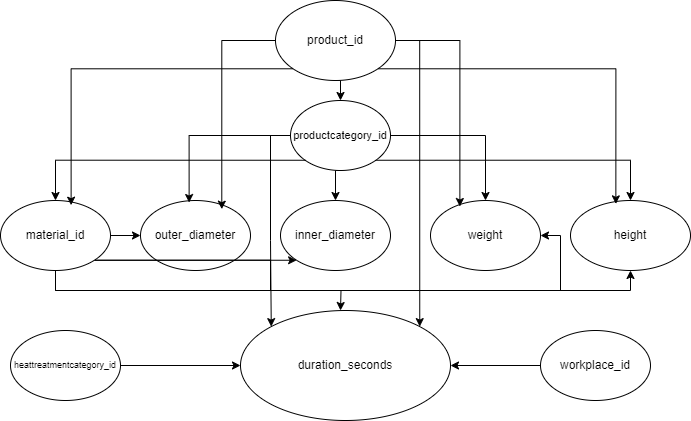
This is causal_graphs/duration_causal_graph.drawio.png from MJ-2004/Thesis-2025, a draw.io export, as it was before one commit. Source tidied: cells renumbered, new cells last; positions are measured from the earlier drawing's top-left corner, leaving out a move shared by most shapes.
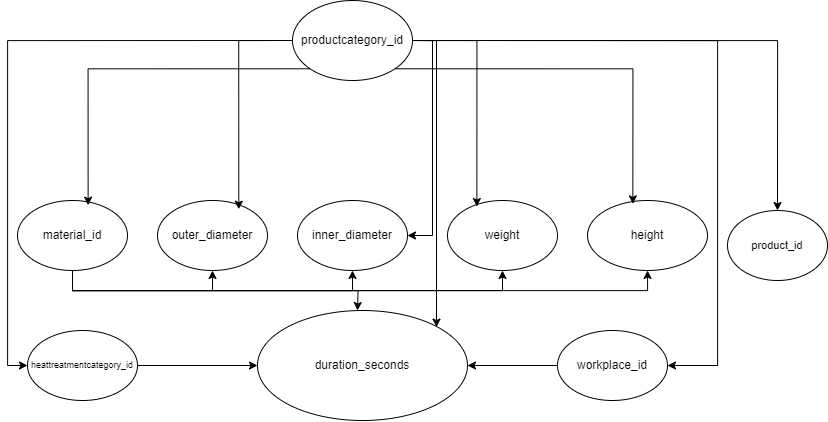
The same diagram one commit later.

Commit message:
causal graphs modified

Change to the diagram source:
```diff
@@ -14,73 +14,69 @@
     <mxCell id="5" value="outer_diameter" style="ellipse;whiteSpace=wrap;html=1;" parent="1" vertex="1">
       <mxGeometry x="140" y="200" width="110" height="70" as="geometry" />
     </mxCell>
+    <mxCell id="8" style="edgeStyle=orthogonalEdgeStyle;rounded=0;jettySize=auto;html=1;exitX=0.5;exitY=1;exitDx=0;exitDy=0;entryX=0.5;entryY=1;entryDx=0;entryDy=0;" parent="1" edge="1" source="11" target="2">
+      <mxGeometry relative="1" as="geometry" />
+    </mxCell>
+    <mxCell id="31" style="edgeStyle=orthogonalEdgeStyle;rounded=0;jettySize=auto;html=1;exitX=0.5;exitY=1;exitDx=0;exitDy=0;" parent="1" edge="1" source="11">
+      <mxGeometry relative="1" as="geometry">
+        <mxPoint x="340" y="310" as="targetPoint" />
+      </mxGeometry>
+    </mxCell>
-    <mxCell id="6" style="edgeStyle=orthogonalEdgeStyle;rounded=0;jettySize=auto;html=1;exitX=1;exitY=0.5;exitDx=0;exitDy=0;entryX=0;entryY=0.5;entryDx=0;entryDy=0;" parent="1" edge="1" source="11" target="5">
+    <mxCell id="6" style="edgeStyle=orthogonalEdgeStyle;rounded=0;jettySize=auto;html=1;exitX=0.5;exitY=1;exitDx=0;exitDy=0;entryX=0.5;entryY=1;entryDx=0;entryDy=0;" parent="1" edge="1" source="11" target="5">
       <mxGeometry relative="1" as="geometry" />
     </mxCell>
-    <mxCell id="7" style="edgeStyle=orthogonalEdgeStyle;rounded=0;jettySize=auto;html=1;exitX=1;exitY=1;exitDx=0;exitDy=0;entryX=0;entryY=1;entryDx=0;entryDy=0;" parent="1" edge="1" source="11" target="4">
+    <mxCell id="7" style="edgeStyle=orthogonalEdgeStyle;rounded=0;jettySize=auto;html=1;exitX=0.5;exitY=1;exitDx=0;exitDy=0;entryX=0.5;entryY=1;entryDx=0;entryDy=0;" parent="1" edge="1" source="11" target="4">
       <mxGeometry relative="1" as="geometry" />
     </mxCell>
-    <mxCell id="8" style="edgeStyle=orthogonalEdgeStyle;rounded=0;jettySize=auto;html=1;exitX=0.5;exitY=1;exitDx=0;exitDy=0;entryX=0.5;entryY=1;entryDx=0;entryDy=0;" parent="1" edge="1" source="11" target="2">
-      <mxGeometry relative="1" as="geometry" />
-    </mxCell>
-    <mxCell id="9" style="edgeStyle=orthogonalEdgeStyle;rounded=0;jettySize=auto;html=1;exitX=0;exitY=1;exitDx=0;exitDy=0;entryX=1;entryY=0.5;entryDx=0;entryDy=0;" parent="1" edge="1" source="11" target="3">
+    <mxCell id="9" style="edgeStyle=orthogonalEdgeStyle;rounded=0;jettySize=auto;html=1;exitX=0.5;exitY=1;exitDx=0;exitDy=0;entryX=0.5;entryY=1;entryDx=0;entryDy=0;" parent="1" edge="1" source="11" target="3">
       <mxGeometry relative="1" as="geometry" />
     </mxCell>
-    <mxCell id="10" style="edgeStyle=orthogonalEdgeStyle;rounded=0;jettySize=auto;html=1;exitX=0.5;exitY=1;exitDx=0;exitDy=0;" parent="1" edge="1" source="11">
-      <mxGeometry relative="1" as="geometry">
-        <mxPoint x="340" y="310" as="targetPoint" />
-      </mxGeometry>
-    </mxCell>
     <mxCell id="11" value="material_id" style="ellipse;whiteSpace=wrap;html=1;" parent="1" vertex="1">
       <mxGeometry y="200" width="110" height="70" as="geometry" />
     </mxCell>
+    <mxCell id="18" value="product_id" style="ellipse;whiteSpace=wrap;html=1;fontSize=11;" parent="1" vertex="1">
+      <mxGeometry x="710" y="210" width="100" height="70" as="geometry" />
+    </mxCell>
+    <mxCell id="32" style="edgeStyle=orthogonalEdgeStyle;rounded=0;jettySize=auto;html=1;exitX=0.908;exitY=0.2;exitDx=0;exitDy=0;entryX=1;entryY=0;entryDx=0;entryDy=0;exitPerimeter=0;" parent="1" edge="1" target="30">
+      <mxGeometry relative="1" as="geometry">
+        <mxPoint x="395" y="40" as="sourcePoint" />
+        <Array as="points">
+          <mxPoint x="419" y="40" />
+        </Array>
+      </mxGeometry>
+    </mxCell>
-    <mxCell id="12" style="edgeStyle=orthogonalEdgeStyle;rounded=0;jettySize=auto;html=1;exitX=0.5;exitY=1;exitDx=0;exitDy=0;entryX=0.5;entryY=0;entryDx=0;entryDy=0;" parent="1" edge="1" source="15" target="4">
+    <mxCell id="12" style="edgeStyle=orthogonalEdgeStyle;rounded=0;jettySize=auto;html=1;exitX=1;exitY=0.5;exitDx=0;exitDy=0;entryX=1;entryY=0.5;entryDx=0;entryDy=0;" parent="1" edge="1" source="15" target="4">
       <mxGeometry relative="1" as="geometry" />
     </mxCell>
+    <mxCell id="33" style="edgeStyle=orthogonalEdgeStyle;rounded=0;jettySize=auto;html=1;exitX=0;exitY=0.5;exitDx=0;exitDy=0;entryX=0;entryY=0.5;entryDx=0;entryDy=0;" parent="1" edge="1" source="15" target="27">
+      <mxGeometry relative="1" as="geometry" />
+    </mxCell>
+    <mxCell id="34" style="edgeStyle=orthogonalEdgeStyle;rounded=0;jettySize=auto;html=1;exitX=1;exitY=0.5;exitDx=0;exitDy=0;entryX=1;entryY=0.5;entryDx=0;entryDy=0;" parent="1" edge="1" source="15" target="29">
+      <mxGeometry relative="1" as="geometry">
+        <Array as="points">
+          <mxPoint x="700" y="40" />
+          <mxPoint x="700" y="365" />
+        </Array>
+      </mxGeometry>
+    </mxCell>
+    <mxCell id="35" style="edgeStyle=orthogonalEdgeStyle;rounded=0;jettySize=auto;html=1;exitX=1;exitY=0.5;exitDx=0;exitDy=0;entryX=0.5;entryY=0;entryDx=0;entryDy=0;" parent="1" edge="1" source="15" target="18">
+      <mxGeometry relative="1" as="geometry" />
+    </mxCell>
+    <mxCell id="15" value="productcategory_id" style="ellipse;whiteSpace=wrap;html=1;" parent="1" vertex="1">
+      <mxGeometry x="275" width="120" height="80" as="geometry" />
+    </mxCell>
+    <mxCell id="20" style="edgeStyle=orthogonalEdgeStyle;rounded=0;jettySize=auto;html=1;exitX=0;exitY=0.5;exitDx=0;exitDy=0;entryX=0.739;entryY=0.124;entryDx=0;entryDy=0;entryPerimeter=0;" parent="1" edge="1" source="15" target="5">
+      <mxGeometry relative="1" as="geometry" />
+    </mxCell>
+    <mxCell id="19" style="edgeStyle=orthogonalEdgeStyle;rounded=0;jettySize=auto;html=1;exitX=0;exitY=1;exitDx=0;exitDy=0;entryX=0.642;entryY=0.067;entryDx=0;entryDy=0;entryPerimeter=0;" parent="1" edge="1" source="15" target="11">
+      <mxGeometry relative="1" as="geometry" />
+    </mxCell>
-    <mxCell id="13" style="edgeStyle=orthogonalEdgeStyle;rounded=0;jettySize=auto;html=1;exitX=1;exitY=1;exitDx=0;exitDy=0;entryX=0.5;entryY=0;entryDx=0;entryDy=0;" parent="1" edge="1" source="15" target="2">
+    <mxCell id="13" style="edgeStyle=orthogonalEdgeStyle;rounded=0;jettySize=auto;html=1;exitX=1;exitY=1;exitDx=0;exitDy=0;entryX=0.378;entryY=0.048;entryDx=0;entryDy=0;entryPerimeter=0;" parent="1" edge="1" source="15" target="2">
       <mxGeometry relative="1" as="geometry" />
     </mxCell>
-    <mxCell id="14" style="edgeStyle=orthogonalEdgeStyle;rounded=0;jettySize=auto;html=1;exitX=0;exitY=0.5;exitDx=0;exitDy=0;entryX=0;entryY=0;entryDx=0;entryDy=0;" parent="1" edge="1" source="15" target="30">
-      <mxGeometry relative="1" as="geometry" />
-    </mxCell>
-    <mxCell id="15" value="productcategory_id" style="ellipse;whiteSpace=wrap;html=1;fontSize=11;" parent="1" vertex="1">
-      <mxGeometry x="290" y="100" width="100" height="70" as="geometry" />
-    </mxCell>
-    <mxCell id="16" style="edgeStyle=orthogonalEdgeStyle;rounded=0;jettySize=auto;html=1;exitX=0.5;exitY=1;exitDx=0;exitDy=0;entryX=0.5;entryY=0;entryDx=0;entryDy=0;" parent="1" edge="1" source="18" target="15">
-      <mxGeometry relative="1" as="geometry" />
-    </mxCell>
-    <mxCell id="17" style="edgeStyle=orthogonalEdgeStyle;rounded=0;jettySize=auto;html=1;exitX=0.908;exitY=0.2;exitDx=0;exitDy=0;entryX=1;entryY=0;entryDx=0;entryDy=0;exitPerimeter=0;" parent="1" edge="1" target="30">
-      <mxGeometry relative="1" as="geometry">
-        <mxPoint x="395" y="40" as="sourcePoint" />
-        <Array as="points">
-          <mxPoint x="419" y="40" />
-        </Array>
-      </mxGeometry>
-    </mxCell>
-    <mxCell id="18" value="product_id" style="ellipse;whiteSpace=wrap;html=1;" parent="1" vertex="1">
-      <mxGeometry x="275" width="120" height="80" as="geometry" />
-    </mxCell>
-    <mxCell id="19" style="edgeStyle=orthogonalEdgeStyle;rounded=0;jettySize=auto;html=1;exitX=0;exitY=1;exitDx=0;exitDy=0;entryX=0.5;entryY=0;entryDx=0;entryDy=0;" parent="1" edge="1" source="15" target="11">
-      <mxGeometry relative="1" as="geometry" />
-    </mxCell>
-    <mxCell id="20" style="edgeStyle=orthogonalEdgeStyle;rounded=0;jettySize=auto;html=1;exitX=0;exitY=0.5;exitDx=0;exitDy=0;entryX=0.442;entryY=0.029;entryDx=0;entryDy=0;entryPerimeter=0;" parent="1" edge="1" source="15" target="5">
-      <mxGeometry relative="1" as="geometry" />
-    </mxCell>
-    <mxCell id="21" style="edgeStyle=orthogonalEdgeStyle;rounded=0;jettySize=auto;html=1;exitX=1;exitY=0.5;exitDx=0;exitDy=0;entryX=0.5;entryY=0;entryDx=0;entryDy=0;" parent="1" edge="1" source="15" target="3">
+    <mxCell id="21" style="edgeStyle=orthogonalEdgeStyle;rounded=0;jettySize=auto;html=1;exitX=1;exitY=0.5;exitDx=0;exitDy=0;entryX=0.267;entryY=0.086;entryDx=0;entryDy=0;entryPerimeter=0;" parent="1" edge="1" source="15" target="3">
       <mxGeometry relative="1" as="geometry" />
     </mxCell>
-    <mxCell id="22" style="edgeStyle=orthogonalEdgeStyle;rounded=0;jettySize=auto;html=1;exitX=0;exitY=0.5;exitDx=0;exitDy=0;entryX=0.739;entryY=0.124;entryDx=0;entryDy=0;entryPerimeter=0;" parent="1" edge="1" source="18" target="5">
-      <mxGeometry relative="1" as="geometry" />
-    </mxCell>
-    <mxCell id="23" style="edgeStyle=orthogonalEdgeStyle;rounded=0;jettySize=auto;html=1;exitX=0;exitY=1;exitDx=0;exitDy=0;entryX=0.642;entryY=0.067;entryDx=0;entryDy=0;entryPerimeter=0;" parent="1" edge="1" source="18" target="11">
-      <mxGeometry relative="1" as="geometry" />
-    </mxCell>
-    <mxCell id="24" style="edgeStyle=orthogonalEdgeStyle;rounded=0;jettySize=auto;html=1;exitX=1;exitY=1;exitDx=0;exitDy=0;entryX=0.378;entryY=0.048;entryDx=0;entryDy=0;entryPerimeter=0;" parent="1" edge="1" source="18" target="2">
-      <mxGeometry relative="1" as="geometry" />
-    </mxCell>
-    <mxCell id="25" style="edgeStyle=orthogonalEdgeStyle;rounded=0;jettySize=auto;html=1;exitX=1;exitY=0.5;exitDx=0;exitDy=0;entryX=0.267;entryY=0.086;entryDx=0;entryDy=0;entryPerimeter=0;" parent="1" edge="1" source="18" target="3">
-      <mxGeometry relative="1" as="geometry" />
-    </mxCell>
     <mxCell id="26" style="edgeStyle=orthogonalEdgeStyle;rounded=0;jettySize=auto;html=1;exitX=1;exitY=0.5;exitDx=0;exitDy=0;" parent="1" edge="1" source="27" target="30">
       <mxGeometry relative="1" as="geometry" />
     </mxCell>
```
